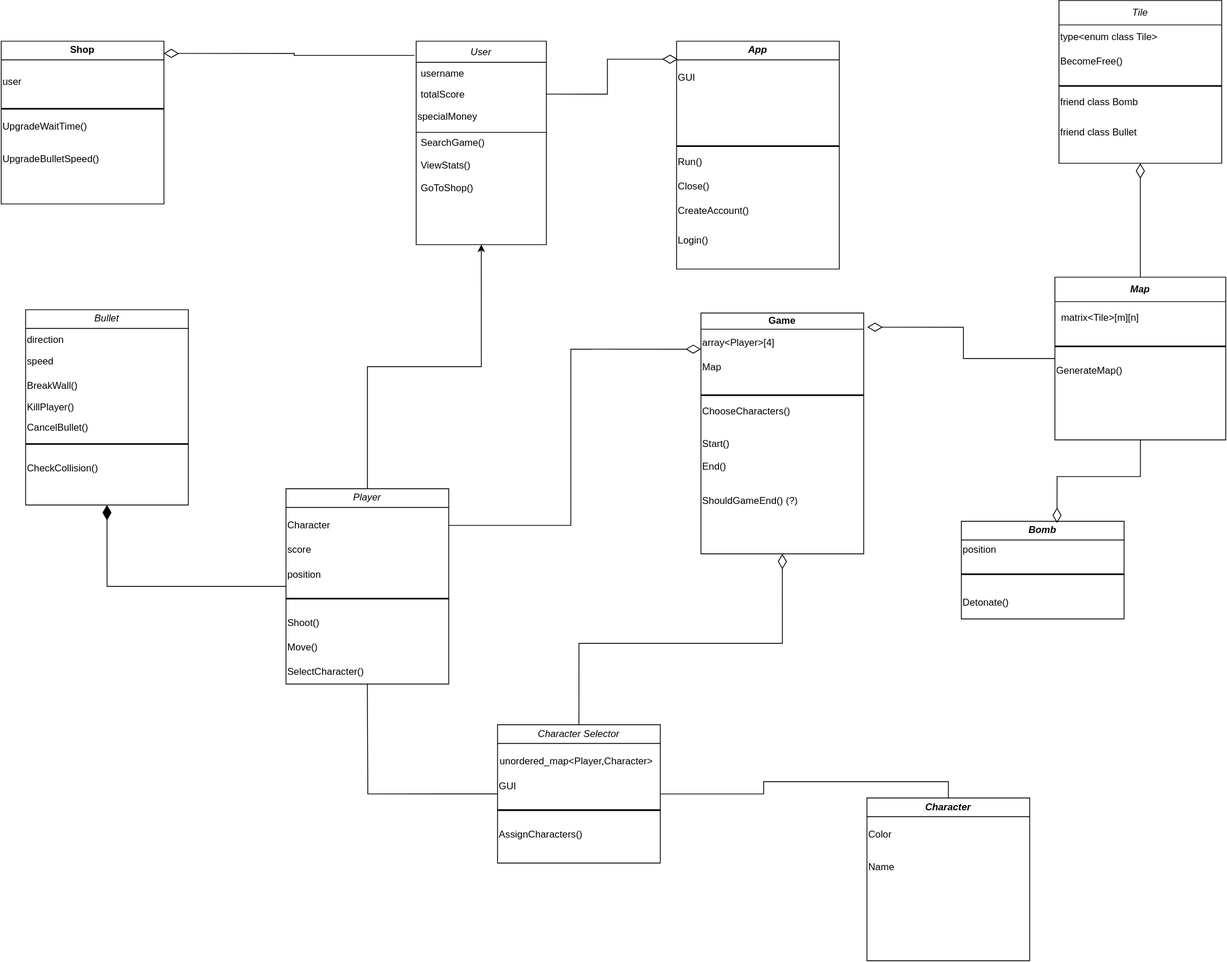
The draw.io diagram BattleCity.svg in bogdanmb04/modern-c-project, before a commit. Source tidied: cells renumbered, new cells last; positions are measured from the earlier drawing's top-left corner, leaving out a move shared by most shapes.
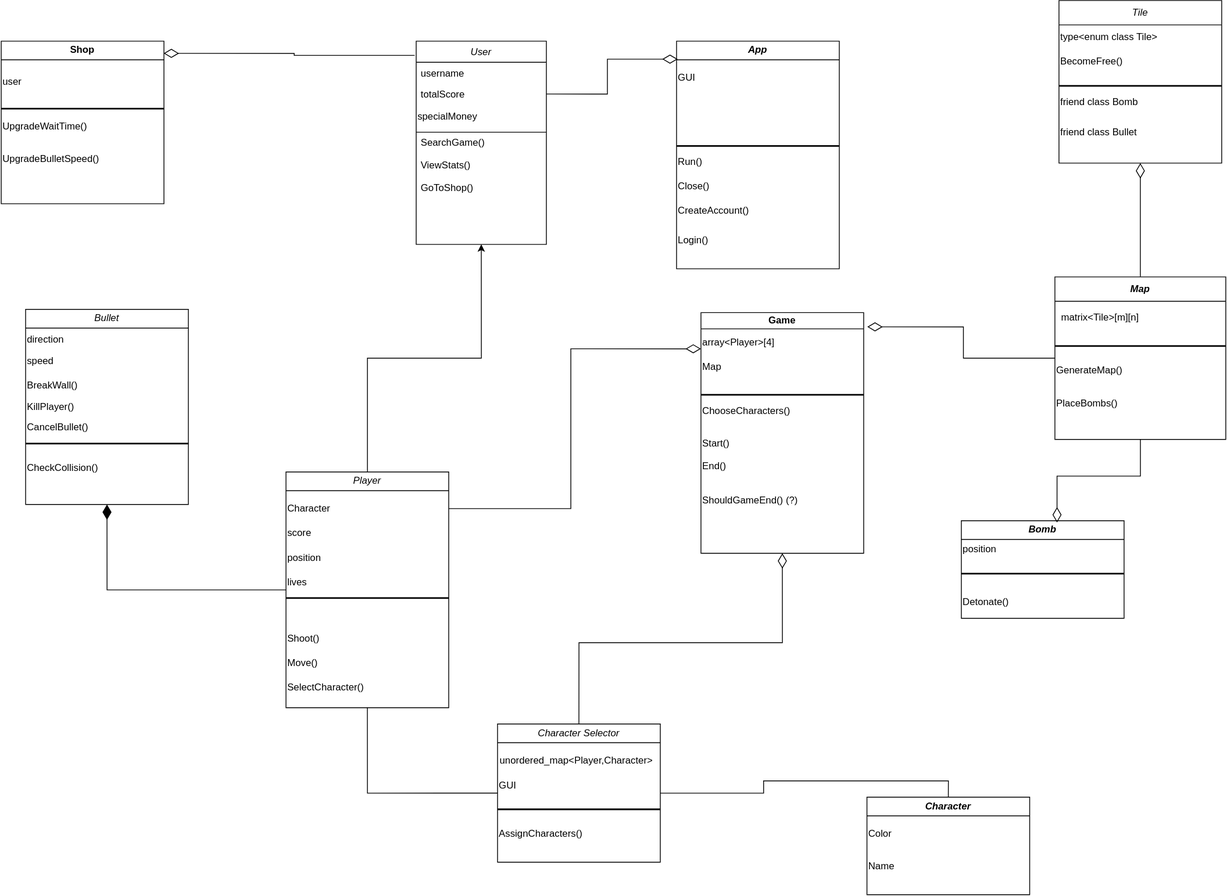
Above is the later version.

The edit, as a diff of the source:
```diff
@@ -114,29 +114,32 @@
       <mxGeometry relative="1" as="geometry" />
     </mxCell>
     <mxCell id="39" value="&lt;i style=&quot;font-weight: normal;&quot;&gt;Player&lt;/i&gt;" style="swimlane;whiteSpace=wrap;html=1;align=center;" parent="1" vertex="1">
-      <mxGeometry x="350" y="600" width="200" height="240" as="geometry" />
+      <mxGeometry x="350" y="580" width="200" height="290" as="geometry" />
     </mxCell>
     <mxCell id="40" value="Character" style="text;html=1;align=left;verticalAlign=middle;whiteSpace=wrap;rounded=0;" parent="39" vertex="1">
       <mxGeometry y="30" width="200" height="30" as="geometry" />
     </mxCell>
     <mxCell id="41" style="line;strokeWidth=2;html=1;" parent="39" vertex="1">
-      <mxGeometry y="130" width="200" height="10" as="geometry" />
+      <mxGeometry y="150" width="200" height="10" as="geometry" />
     </mxCell>
     <mxCell id="42" value="Shoot()" style="text;html=1;align=left;verticalAlign=middle;whiteSpace=wrap;rounded=0;" parent="39" vertex="1">
-      <mxGeometry y="150" width="200" height="30" as="geometry" />
+      <mxGeometry y="190" width="200" height="30" as="geometry" />
     </mxCell>
     <mxCell id="43" value="Move()" style="text;html=1;align=left;verticalAlign=middle;whiteSpace=wrap;rounded=0;" parent="39" vertex="1">
-      <mxGeometry y="180" width="200" height="30" as="geometry" />
+      <mxGeometry y="220" width="200" height="30" as="geometry" />
     </mxCell>
     <mxCell id="44" value="score" style="text;html=1;align=left;verticalAlign=middle;whiteSpace=wrap;rounded=0;" parent="39" vertex="1">
       <mxGeometry y="60" width="200" height="30" as="geometry" />
     </mxCell>
     <mxCell id="45" value="SelectCharacter()" style="text;html=1;align=left;verticalAlign=middle;whiteSpace=wrap;rounded=0;" parent="39" vertex="1">
-      <mxGeometry y="210" width="200" height="30" as="geometry" />
+      <mxGeometry y="250" width="200" height="30" as="geometry" />
     </mxCell>
     <mxCell id="46" value="&lt;div align=&quot;left&quot;&gt;position&lt;br&gt;&lt;/div&gt;" style="text;html=1;align=left;verticalAlign=middle;whiteSpace=wrap;rounded=0;" parent="39" vertex="1">
       <mxGeometry y="91" width="200" height="30" as="geometry" />
     </mxCell>
+    <mxCell id="77" value="&lt;div align=&quot;left&quot;&gt;lives&lt;/div&gt;" style="text;html=1;align=left;verticalAlign=middle;whiteSpace=wrap;rounded=0;" parent="39" vertex="1">
+      <mxGeometry y="121" width="200" height="30" as="geometry" />
+    </mxCell>
     <mxCell id="47" style="edgeStyle=orthogonalEdgeStyle;rounded=0;jettySize=auto;html=1;entryX=0;entryY=0.75;entryDx=0;entryDy=0;endArrow=diamondThin;endFill=0;endSize=16;" parent="1" edge="1" source="40" target="9">
       <mxGeometry relative="1" as="geometry" />
     </mxCell>
@@ -183,7 +186,7 @@
       <mxGeometry y="61" width="200" height="30" as="geometry" />
     </mxCell>
     <mxCell id="62" value="&lt;i&gt;Character&lt;/i&gt;" style="swimlane;whiteSpace=wrap;html=1;startSize=23;" parent="1" vertex="1">
-      <mxGeometry x="1064" y="980" width="200" height="200" as="geometry" />
+      <mxGeometry x="1064" y="980" width="200" height="120" as="geometry" />
     </mxCell>
     <mxCell id="63" value="Color" style="text;html=1;align=left;verticalAlign=middle;whiteSpace=wrap;rounded=0;" parent="62" vertex="1">
       <mxGeometry y="30" width="200" height="30" as="geometry" />
@@ -206,6 +209,9 @@
     <mxCell id="69" style="line;strokeWidth=2;html=1;" parent="66" vertex="1">
       <mxGeometry y="80" width="210" height="10" as="geometry" />
     </mxCell>
+    <mxCell id="78" value="&lt;div align=&quot;left&quot;&gt;PlaceBombs()&lt;/div&gt;" style="text;html=1;align=left;verticalAlign=middle;whiteSpace=wrap;rounded=0;" parent="66" vertex="1">
+      <mxGeometry y="141" width="210" height="30" as="geometry" />
+    </mxCell>
     <mxCell id="70" style="edgeStyle=orthogonalEdgeStyle;rounded=0;jettySize=auto;html=1;entryX=1.022;entryY=0.059;entryDx=0;entryDy=0;entryPerimeter=0;endArrow=diamondThin;endFill=0;endSize=16;" parent="1" edge="1" source="66" target="8">
       <mxGeometry relative="1" as="geometry" />
     </mxCell>
@@ -221,10 +227,8 @@
     <mxCell id="74" value="position" style="text;html=1;align=left;verticalAlign=middle;whiteSpace=wrap;rounded=0;" parent="71" vertex="1">
       <mxGeometry y="20" width="200" height="30" as="geometry" />
     </mxCell>
-    <mxCell id="75" style="edgeStyle=orthogonalEdgeStyle;rounded=0;jettySize=auto;html=1;entryX=1.022;entryY=0.061;entryDx=0;entryDy=0;entryPerimeter=0;endArrow=none;endFill=0;exitX=0;exitY=0.5;exitDx=0;exitDy=0;" parent="1" edge="1" source="57">
-      <mxGeometry relative="1" as="geometry">
-        <mxPoint x="450" y="840" as="targetPoint" />
-      </mxGeometry>
+    <mxCell id="75" style="edgeStyle=orthogonalEdgeStyle;rounded=0;jettySize=auto;html=1;entryX=0.5;entryY=1;entryDx=0;entryDy=0;endArrow=none;endFill=0;exitX=0;exitY=0.5;exitDx=0;exitDy=0;" parent="1" edge="1" source="57" target="39">
+      <mxGeometry relative="1" as="geometry" />
     </mxCell>
     <mxCell id="76" style="edgeStyle=orthogonalEdgeStyle;rounded=0;jettySize=auto;html=1;entryX=0.588;entryY=0.018;entryDx=0;entryDy=0;entryPerimeter=0;endSize=16;endArrow=diamondThin;endFill=0;" parent="1" edge="1" source="66" target="71">
       <mxGeometry relative="1" as="geometry" />
```
